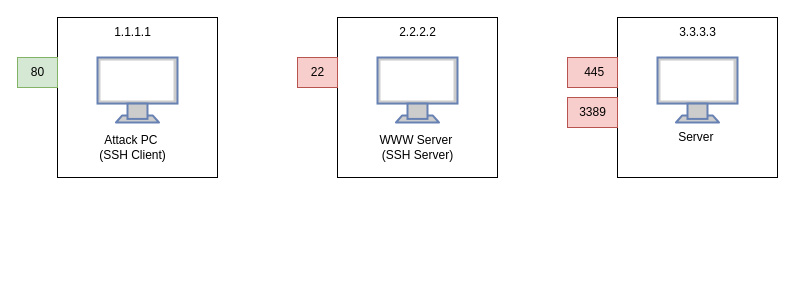
Above: ssh_linux.drawio in zzzskd/pictureandor (draw.io), before the change. Source tidied: cells renumbered, new cells numbered last; positions are measured from the earlier drawing's top-left corner, leaving out a move shared by most shapes. Both pictures are drawn from the tidied source at 100%, with x=0, y=0 at pixel (17, 17).
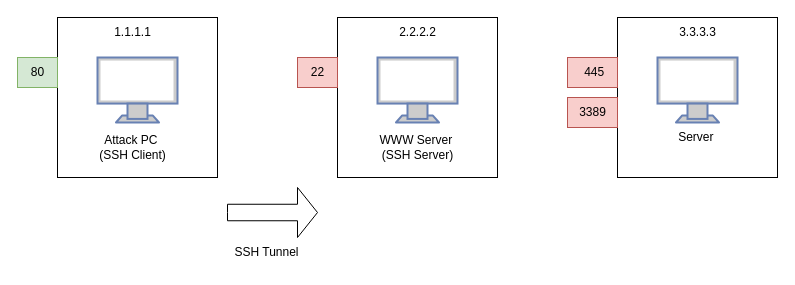
The same diagram, later.

Diff of the diagram source:
```diff
@@
 <mxGraphModel>
   <root>
     <mxCell id="0" />
     <mxCell id="1" parent="0" />
     <mxCell id="2" style="whiteSpace=wrap;html=1;" parent="1" vertex="1">
       <mxGeometry x="600" width="160" height="160" as="geometry" />
     </mxCell>
     <mxCell id="3" style="whiteSpace=wrap;html=1;" parent="1" vertex="1">
       <mxGeometry x="320" width="160" height="160" as="geometry" />
     </mxCell>
     <mxCell id="4" style="whiteSpace=wrap;html=1;" parent="1" vertex="1">
       <mxGeometry x="40" width="160" height="160" as="geometry" />
     </mxCell>
     <mxCell id="5" style="fontColor=#0066CC;verticalAlign=top;verticalLabelPosition=bottom;labelPosition=center;align=center;html=1;fillColor=#CCCCCC;strokeColor=#6881B3;gradientColor=none;gradientDirection=north;strokeWidth=2;shape=mxgraph.networks.monitor;" parent="1" vertex="1">
       <mxGeometry x="80" y="40" width="80" height="65" as="geometry" />
     </mxCell>
     <mxCell id="6" style="fontColor=#0066CC;verticalAlign=top;verticalLabelPosition=bottom;labelPosition=center;align=center;html=1;fillColor=#CCCCCC;strokeColor=#6881B3;gradientColor=none;gradientDirection=north;strokeWidth=2;shape=mxgraph.networks.monitor;" parent="1" vertex="1">
       <mxGeometry x="640" y="40" width="80" height="65" as="geometry" />
     </mxCell>
     <mxCell id="7" style="fontColor=#0066CC;verticalAlign=top;verticalLabelPosition=bottom;labelPosition=center;align=center;html=1;fillColor=#CCCCCC;strokeColor=#6881B3;gradientColor=none;gradientDirection=north;strokeWidth=2;shape=mxgraph.networks.monitor;" parent="1" vertex="1">
       <mxGeometry x="360" y="40" width="80" height="65" as="geometry" />
     </mxCell>
     <mxCell id="8" value="Attack PC&amp;nbsp;&lt;div&gt;(SSH Client)&lt;/div&gt;" style="text;html=1;align=center;verticalAlign=middle;strokeColor=none;fillColor=none;" parent="1" vertex="1">
       <mxGeometry x="70" y="110" width="90" height="40" as="geometry" />
     </mxCell>
     <mxCell id="9" value="80" style="text;html=1;align=center;verticalAlign=middle;strokeColor=#82b366;fillColor=#d5e8d4;labelBackgroundColor=none;" parent="1" vertex="1">
       <mxGeometry y="40" width="40" height="30" as="geometry" />
     </mxCell>
     <mxCell id="10" value="WWW Server&amp;nbsp;&lt;div&gt;(SSH Server)&lt;/div&gt;" style="text;html=1;align=center;verticalAlign=middle;strokeColor=none;fillColor=none;" parent="1" vertex="1">
       <mxGeometry x="350" y="110" width="100" height="40" as="geometry" />
     </mxCell>
     <mxCell id="11" value="Server&amp;nbsp;" style="text;html=1;align=center;verticalAlign=middle;strokeColor=none;fillColor=none;" parent="1" vertex="1">
       <mxGeometry x="650" y="105" width="60" height="30" as="geometry" />
     </mxCell>
     <mxCell id="12" value="&amp;nbsp; 445&amp;nbsp;" style="text;html=1;align=center;verticalAlign=middle;strokeColor=#b85450;fillColor=#f8cecc;labelBackgroundColor=none;" parent="1" vertex="1">
       <mxGeometry x="550" y="40" width="50" height="30" as="geometry" />
     </mxCell>
     <mxCell id="13" value="3389" style="text;html=1;align=center;verticalAlign=middle;strokeColor=#b85450;fillColor=#f8cecc;labelBackgroundColor=none;" parent="1" vertex="1">
       <mxGeometry x="550" y="80" width="50" height="30" as="geometry" />
     </mxCell>
     <mxCell id="14" value="1.1.1.1" style="text;html=1;align=center;verticalAlign=middle;strokeColor=none;fillColor=none;" parent="1" vertex="1">
       <mxGeometry x="85" width="60" height="30" as="geometry" />
     </mxCell>
     <mxCell id="15" value="2.2.2.2" style="text;html=1;align=center;verticalAlign=middle;strokeColor=none;fillColor=none;" parent="1" vertex="1">
       <mxGeometry x="370" width="60" height="30" as="geometry" />
     </mxCell>
     <mxCell id="16" value="3.3.3.3" style="text;html=1;align=center;verticalAlign=middle;strokeColor=none;fillColor=none;" parent="1" vertex="1">
       <mxGeometry x="650" width="60" height="30" as="geometry" />
     </mxCell>
     <mxCell id="17" value="22" style="text;html=1;align=center;verticalAlign=middle;strokeColor=#b85450;fillColor=#f8cecc;labelBackgroundColor=none;" parent="1" vertex="1">
       <mxGeometry x="280" y="40" width="40" height="30" as="geometry" />
     </mxCell>
+    <mxCell id="18" style="html=1;shadow=0;dashed=0;align=center;verticalAlign=middle;shape=mxgraph.arrows2.arrow;dy=0.67;dx=20;notch=0;" parent="1" vertex="1">
+      <mxGeometry x="210" y="170" width="90" height="50" as="geometry" />
+    </mxCell>
+    <mxCell id="19" value="SSH Tunnel" style="text;html=1;align=center;verticalAlign=middle;strokeColor=none;fillColor=none;" parent="1" vertex="1">
+      <mxGeometry x="204" y="220" width="90" height="30" as="geometry" />
+    </mxCell>
   </root>
 </mxGraphModel>
```
